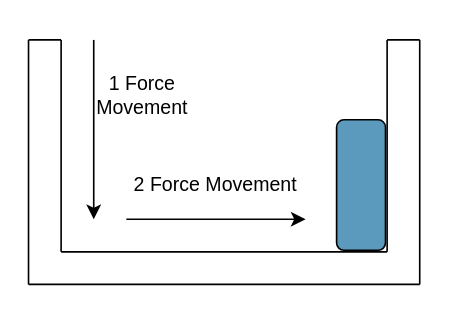
frangonzalez98/Diagramas_PFG keeps this draw.io diagram as Untitled Diagram.drawio. Above is the earlier version. Source tidied: cells renumbered, new cells numbered last; positions are measured from the earlier drawing's top-left corner, leaving out a move shared by most shapes. Both pictures are drawn from the tidied source at 163%, with x=0, y=0 at pixel (28, 39).
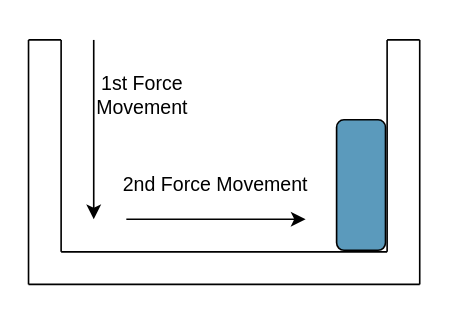
The same page after the edit.

What changed in the source:
```diff
@@
-    <mxCell id="13" value="1 Force Movement" style="text;html=1;strokeColor=none;fillColor=none;align=center;verticalAlign=middle;whiteSpace=wrap;rounded=0;" parent="1" vertex="1">
+    <mxCell id="13" value="1st Force Movement" style="text;html=1;strokeColor=none;fillColor=none;align=center;verticalAlign=middle;whiteSpace=wrap;rounded=0;" parent="1" vertex="1">
       <mxGeometry x="40" y="19" width="60" height="30" as="geometry" />
     </mxCell>
-    <mxCell id="14" value="2 Force Movement" style="text;html=1;strokeColor=none;fillColor=none;align=center;verticalAlign=middle;whiteSpace=wrap;rounded=0;" parent="1" vertex="1">
-      <mxGeometry x="60" y="74" width="110" height="30" as="geometry" />
+    <mxCell id="14" value="2nd Force Movement" style="text;html=1;strokeColor=none;fillColor=none;align=center;verticalAlign=middle;whiteSpace=wrap;rounded=0;" parent="1" vertex="1">
+      <mxGeometry x="50" y="74" width="130" height="30" as="geometry" />
     </mxCell>
```
